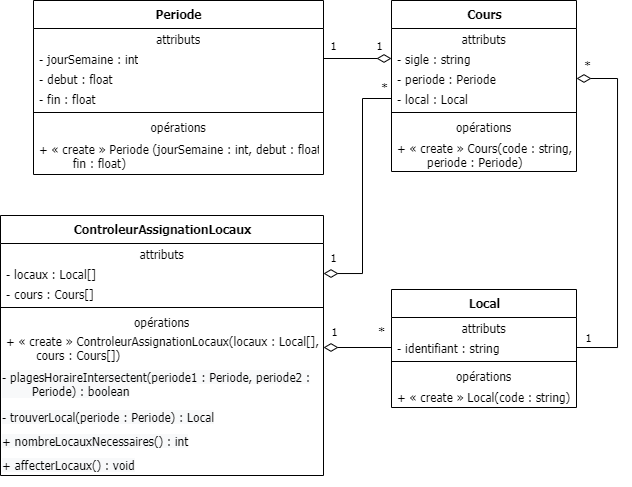
The draw.io diagram abstraction/images/diagrammes-DCC - horaire.png in Cours-Alexandre-Ouellet/cours-alexandre-ouellet.github.io, before a commit. Source tidied: cells renumbered, new cells last; positions are measured from the earlier drawing's top-left corner, leaving out a move shared by most shapes. Source of this version:
```xml
<mxGraphModel>
  <root>
    <mxCell id="0" />
    <mxCell id="1" parent="0" />
    <mxCell id="2" value="&lt;b&gt;Periode&lt;/b&gt;" style="swimlane;fontStyle=0;align=center;verticalAlign=top;horizontal=1;startSize=28;html=1;fontFamily=Tahoma;" parent="1" vertex="1">
      <mxGeometry x="33" width="290" height="174" as="geometry" />
    </mxCell>
    <mxCell id="3" value="attributs" style="text;html=1;strokeColor=none;fillColor=none;align=center;verticalAlign=middle;spacingLeft=4;spacingRight=4;overflow=hidden;fontFamily=Tahoma;" parent="2" vertex="1">
      <mxGeometry y="28" width="290" height="20" as="geometry" />
    </mxCell>
    <mxCell id="4" value="- jourSemaine : int" style="text;html=1;strokeColor=none;fillColor=none;align=left;verticalAlign=middle;spacingLeft=4;spacingRight=4;overflow=hidden;points=[[0,0.5],[1,0.5]];portConstraint=eastwest;fontFamily=Tahoma;" parent="2" vertex="1">
      <mxGeometry y="48" width="290" height="20" as="geometry" />
    </mxCell>
    <mxCell id="5" value="- debut : float" style="text;html=1;strokeColor=none;fillColor=none;align=left;verticalAlign=middle;spacingLeft=4;spacingRight=4;overflow=hidden;fontFamily=Tahoma;" parent="2" vertex="1">
      <mxGeometry y="68" width="290" height="20" as="geometry" />
    </mxCell>
    <mxCell id="6" value="- fin : float" style="text;html=1;strokeColor=none;fillColor=none;align=left;verticalAlign=middle;spacingLeft=4;spacingRight=4;overflow=hidden;fontFamily=Tahoma;" parent="2" vertex="1">
      <mxGeometry y="88" width="290" height="20" as="geometry" />
    </mxCell>
    <mxCell id="7" style="line;strokeWidth=1;fillColor=none;align=left;verticalAlign=middle;spacingTop=-1;spacingLeft=3;spacingRight=3;labelPosition=right;fontFamily=Tahoma;" parent="2" vertex="1">
      <mxGeometry y="108" width="290" height="8" as="geometry" />
    </mxCell>
    <mxCell id="8" value="opérations" style="text;html=1;strokeColor=none;fillColor=none;align=center;verticalAlign=middle;spacingLeft=4;spacingRight=4;overflow=hidden;fontFamily=Tahoma;" parent="2" vertex="1">
      <mxGeometry y="116" width="290" height="20" as="geometry" />
    </mxCell>
    <mxCell id="9" value="+ « create » Periode (jourSemaine : int, debut : float,&lt;br&gt;&lt;span style=&quot;white-space: pre&quot;&gt;&#9;&lt;/span&gt;&amp;nbsp;fin : float)" style="text;html=1;strokeColor=none;fillColor=none;align=left;verticalAlign=middle;spacingLeft=4;spacingRight=4;overflow=hidden;fontFamily=Tahoma;" parent="2" vertex="1">
      <mxGeometry y="136" width="290" height="38" as="geometry" />
    </mxCell>
    <mxCell id="10" value="&lt;b&gt;Local&lt;/b&gt;" style="swimlane;fontStyle=0;align=center;verticalAlign=top;horizontal=1;startSize=28;html=1;fontFamily=Tahoma;" parent="1" vertex="1">
      <mxGeometry x="391" y="289" width="185" height="118" as="geometry" />
    </mxCell>
    <mxCell id="11" value="attributs" style="text;html=1;strokeColor=none;fillColor=none;align=center;verticalAlign=middle;spacingLeft=4;spacingRight=4;overflow=hidden;fontFamily=Tahoma;" parent="10" vertex="1">
      <mxGeometry y="28" width="185" height="20" as="geometry" />
    </mxCell>
    <mxCell id="12" value="- identifiant : string" style="text;html=1;strokeColor=none;fillColor=none;align=left;verticalAlign=middle;spacingLeft=4;spacingRight=4;overflow=hidden;points=[[0,0.5],[1,0.5]];portConstraint=eastwest;fontFamily=Tahoma;" parent="10" vertex="1">
      <mxGeometry y="48" width="185" height="20" as="geometry" />
    </mxCell>
    <mxCell id="13" style="line;strokeWidth=1;fillColor=none;align=left;verticalAlign=middle;spacingTop=-1;spacingLeft=3;spacingRight=3;labelPosition=right;fontFamily=Tahoma;" parent="10" vertex="1">
      <mxGeometry y="68" width="185" height="8" as="geometry" />
    </mxCell>
    <mxCell id="14" value="opérations" style="text;html=1;strokeColor=none;fillColor=none;align=center;verticalAlign=middle;spacingLeft=4;spacingRight=4;overflow=hidden;fontFamily=Tahoma;" parent="10" vertex="1">
      <mxGeometry y="76" width="185" height="20" as="geometry" />
    </mxCell>
    <mxCell id="15" value="+ « create » Local(code : string)" style="text;html=1;strokeColor=none;fillColor=none;align=left;verticalAlign=middle;spacingLeft=4;spacingRight=4;overflow=hidden;fontFamily=Tahoma;" parent="10" vertex="1">
      <mxGeometry y="96" width="185" height="22" as="geometry" />
    </mxCell>
    <mxCell id="16" value="&lt;b&gt;Cours&lt;/b&gt;" style="swimlane;fontStyle=0;align=center;verticalAlign=top;horizontal=1;startSize=28;html=1;fontFamily=Tahoma;" parent="1" vertex="1">
      <mxGeometry x="391" width="185" height="171" as="geometry" />
    </mxCell>
    <mxCell id="17" value="attributs" style="text;html=1;strokeColor=none;fillColor=none;align=center;verticalAlign=middle;spacingLeft=4;spacingRight=4;overflow=hidden;fontFamily=Tahoma;" parent="16" vertex="1">
      <mxGeometry y="28" width="185" height="20" as="geometry" />
    </mxCell>
    <mxCell id="18" value="- sigle : string" style="text;html=1;strokeColor=none;fillColor=none;align=left;verticalAlign=middle;spacingLeft=4;spacingRight=4;overflow=hidden;points=[[0,0.5],[1,0.5]];portConstraint=eastwest;fontFamily=Tahoma;" parent="16" vertex="1">
      <mxGeometry y="48" width="185" height="20" as="geometry" />
    </mxCell>
    <mxCell id="19" value="- periode : Periode" style="text;html=1;strokeColor=none;fillColor=none;align=left;verticalAlign=middle;spacingLeft=4;spacingRight=4;overflow=hidden;points=[[0,0.5],[1,0.5]];portConstraint=eastwest;fontFamily=Tahoma;" parent="16" vertex="1">
      <mxGeometry y="68" width="185" height="20" as="geometry" />
    </mxCell>
    <mxCell id="20" value="- local : Local" style="text;html=1;strokeColor=none;fillColor=none;align=left;verticalAlign=middle;spacingLeft=4;spacingRight=4;overflow=hidden;points=[[0,0.5],[1,0.5]];portConstraint=eastwest;fontFamily=Tahoma;" parent="16" vertex="1">
      <mxGeometry y="88" width="185" height="20" as="geometry" />
    </mxCell>
    <mxCell id="21" style="line;strokeWidth=1;fillColor=none;align=left;verticalAlign=middle;spacingTop=-1;spacingLeft=3;spacingRight=3;labelPosition=right;fontFamily=Tahoma;" parent="16" vertex="1">
      <mxGeometry y="108" width="185" height="8" as="geometry" />
    </mxCell>
    <mxCell id="22" value="opérations" style="text;html=1;strokeColor=none;fillColor=none;align=center;verticalAlign=middle;spacingLeft=4;spacingRight=4;overflow=hidden;fontFamily=Tahoma;" parent="16" vertex="1">
      <mxGeometry y="116" width="185" height="20" as="geometry" />
    </mxCell>
    <mxCell id="23" value="+ « create » Cours(code : string, &lt;br&gt;&lt;span style=&quot;white-space: pre&quot;&gt;&#9;&lt;/span&gt;periode : Periode)" style="text;html=1;strokeColor=none;fillColor=none;align=left;verticalAlign=middle;spacingLeft=4;spacingRight=4;overflow=hidden;fontFamily=Tahoma;" parent="16" vertex="1">
      <mxGeometry y="136" width="185" height="35" as="geometry" />
    </mxCell>
    <mxCell id="24" value="&lt;b&gt;ControleurAssignationLocaux&lt;/b&gt;" style="swimlane;fontStyle=0;align=center;verticalAlign=top;horizontal=1;startSize=28;html=1;fontFamily=Tahoma;" parent="1" vertex="1">
      <mxGeometry y="215" width="323" height="260" as="geometry" />
    </mxCell>
    <mxCell id="25" value="attributs" style="text;html=1;strokeColor=none;fillColor=none;align=center;verticalAlign=middle;spacingLeft=4;spacingRight=4;overflow=hidden;fontFamily=Tahoma;" parent="24" vertex="1">
      <mxGeometry y="28" width="323" height="20" as="geometry" />
    </mxCell>
    <mxCell id="26" value="- locaux : Local[]" style="text;html=1;strokeColor=none;fillColor=none;align=left;verticalAlign=middle;spacingLeft=4;spacingRight=4;overflow=hidden;points=[[0,0.5],[1,0.5]];portConstraint=eastwest;fontFamily=Tahoma;" parent="24" vertex="1">
      <mxGeometry y="48" width="323" height="20" as="geometry" />
    </mxCell>
    <mxCell id="27" value="- cours : Cours[]" style="text;html=1;strokeColor=none;fillColor=none;align=left;verticalAlign=middle;spacingLeft=4;spacingRight=4;overflow=hidden;fontFamily=Tahoma;" parent="24" vertex="1">
      <mxGeometry y="68" width="323" height="20" as="geometry" />
    </mxCell>
    <mxCell id="28" style="line;strokeWidth=1;fillColor=none;align=left;verticalAlign=middle;spacingTop=-1;spacingLeft=3;spacingRight=3;labelPosition=right;fontFamily=Tahoma;" parent="24" vertex="1">
      <mxGeometry y="88" width="323" height="8" as="geometry" />
    </mxCell>
    <mxCell id="29" value="opérations" style="text;html=1;strokeColor=none;fillColor=none;align=center;verticalAlign=middle;spacingLeft=4;spacingRight=4;overflow=hidden;fontFamily=Tahoma;" parent="24" vertex="1">
      <mxGeometry y="96" width="323" height="20" as="geometry" />
    </mxCell>
    <mxCell id="30" value="+ « create »&amp;nbsp;&lt;span style=&quot;text-align: center&quot;&gt;ControleurAssignationLocaux&lt;/span&gt;(locaux : Local[], &lt;br&gt;&lt;span style=&quot;white-space: pre&quot;&gt;&#9;&lt;/span&gt;cours : Cours[])" style="text;html=1;strokeColor=none;fillColor=none;align=left;verticalAlign=middle;spacingLeft=4;spacingRight=4;overflow=hidden;points=[[0,0.5],[1,0.5]];portConstraint=eastwest;fontFamily=Tahoma;" parent="24" vertex="1">
      <mxGeometry y="116" width="323" height="32" as="geometry" />
    </mxCell>
    <mxCell id="31" value="&lt;span style=&quot;color: rgb(0, 0, 0); font-size: 12px; font-style: normal; font-weight: 400; letter-spacing: normal; text-align: left; text-indent: 0px; text-transform: none; word-spacing: 0px; background-color: rgb(248, 249, 250); display: inline; float: none;&quot;&gt;- plagesHoraireIntersectent(periode1 : Periode, periode2 : &lt;span style=&quot;white-space: pre&quot;&gt;&#9;&lt;/span&gt;Periode) : boolean&lt;br&gt;&lt;br&gt;&lt;/span&gt;" style="text;whiteSpace=wrap;html=1;fontFamily=Tahoma;" parent="24" vertex="1">
      <mxGeometry y="148" width="323" height="40" as="geometry" />
    </mxCell>
    <mxCell id="32" value="&lt;span style=&quot;color: rgb(0, 0, 0); font-size: 12px; font-style: normal; font-weight: 400; letter-spacing: normal; text-align: left; text-indent: 0px; text-transform: none; word-spacing: 0px; background-color: rgb(248, 249, 250); display: inline; float: none;&quot;&gt;- trouverLocal(periode : Periode) : Local&lt;br&gt;&lt;br&gt;&lt;/span&gt;" style="text;whiteSpace=wrap;html=1;fontFamily=Tahoma;" parent="24" vertex="1">
      <mxGeometry y="188" width="323" height="24" as="geometry" />
    </mxCell>
    <mxCell id="33" value="&lt;span style=&quot;color: rgb(0, 0, 0); font-size: 12px; font-style: normal; font-weight: 400; letter-spacing: normal; text-align: left; text-indent: 0px; text-transform: none; word-spacing: 0px; background-color: rgb(248, 249, 250); display: inline; float: none;&quot;&gt;+ nombreLocauxNecessaires() : int&lt;br&gt;&lt;br&gt;&lt;/span&gt;" style="text;whiteSpace=wrap;html=1;fontFamily=Tahoma;" parent="24" vertex="1">
      <mxGeometry y="212" width="323" height="24" as="geometry" />
    </mxCell>
    <mxCell id="34" value="&lt;span style=&quot;color: rgb(0, 0, 0); font-size: 12px; font-style: normal; font-weight: 400; letter-spacing: normal; text-align: left; text-indent: 0px; text-transform: none; word-spacing: 0px; background-color: rgb(248, 249, 250); display: inline; float: none;&quot;&gt;+ affecterLocaux() : void&lt;br&gt;&lt;br&gt;&lt;/span&gt;" style="text;whiteSpace=wrap;html=1;fontFamily=Tahoma;" parent="24" vertex="1">
      <mxGeometry y="236" width="323" height="24" as="geometry" />
    </mxCell>
    <mxCell id="35" style="edgeStyle=orthogonalEdgeStyle;rounded=0;jettySize=auto;html=1;exitX=0;exitY=0.5;exitDx=0;exitDy=0;entryX=1;entryY=0.5;entryDx=0;entryDy=0;endArrow=diamondThin;endFill=0;endSize=12;fontFamily=Tahoma;" parent="1" edge="1" source="12" target="30">
      <mxGeometry relative="1" as="geometry" />
    </mxCell>
    <mxCell id="36" value="1" style="edgeLabel;html=1;align=center;verticalAlign=middle;fontFamily=Tahoma;" parent="35" vertex="1">
      <mxGeometry x="0.26" y="-1" relative="1" as="geometry">
        <mxPoint x="-15" y="-15" as="offset" />
      </mxGeometry>
    </mxCell>
    <mxCell id="37" value="1" style="edgeStyle=orthogonalEdgeStyle;rounded=0;jettySize=auto;html=1;exitX=1;exitY=0.5;exitDx=0;exitDy=0;entryX=0;entryY=0.5;entryDx=0;entryDy=0;endArrow=diamondThin;endFill=0;endSize=12;fontFamily=Tahoma;" parent="1" edge="1" source="4" target="18">
      <mxGeometry x="0.65" y="13" relative="1" as="geometry" />
    </mxCell>
    <mxCell id="38" value="1" style="edgeLabel;html=1;align=center;verticalAlign=middle;fontFamily=Tahoma;" parent="37" vertex="1">
      <mxGeometry x="-0.38" relative="1" as="geometry">
        <mxPoint x="-12" y="-13" as="offset" />
      </mxGeometry>
    </mxCell>
    <mxCell id="39" style="edgeStyle=orthogonalEdgeStyle;rounded=0;jettySize=auto;html=1;exitX=0;exitY=0.5;exitDx=0;exitDy=0;endArrow=diamondThin;endFill=0;endSize=12;fontFamily=Tahoma;" parent="1" edge="1" source="20" target="26">
      <mxGeometry relative="1" as="geometry" />
    </mxCell>
    <mxCell id="40" value="1" style="edgeLabel;html=1;align=center;verticalAlign=middle;fontFamily=Tahoma;" parent="39" vertex="1">
      <mxGeometry x="0.52" relative="1" as="geometry">
        <mxPoint x="-29" y="3" as="offset" />
      </mxGeometry>
    </mxCell>
    <mxCell id="41" value="*" style="edgeLabel;html=1;align=center;verticalAlign=middle;fontFamily=Tahoma;" parent="39" vertex="1">
      <mxGeometry x="-0.93" relative="1" as="geometry">
        <mxPoint x="2" y="-11" as="offset" />
      </mxGeometry>
    </mxCell>
    <mxCell id="42" value="*" style="edgeStyle=orthogonalEdgeStyle;rounded=0;jettySize=auto;html=1;exitX=1;exitY=0.5;exitDx=0;exitDy=0;entryX=1;entryY=0.5;entryDx=0;entryDy=0;endArrow=diamondThin;endFill=0;endSize=12;fontFamily=Tahoma;" parent="1" edge="1" source="12" target="19">
      <mxGeometry x="0.94" y="-13" relative="1" as="geometry">
        <Array as="points">
          <mxPoint x="617" y="347" />
          <mxPoint x="617" y="78" />
        </Array>
      </mxGeometry>
    </mxCell>
    <mxCell id="43" value="1" style="edgeLabel;html=1;align=center;verticalAlign=middle;fontFamily=Tahoma;" parent="42" vertex="1">
      <mxGeometry x="-0.82" y="2" relative="1" as="geometry">
        <mxPoint x="-21" y="-8" as="offset" />
      </mxGeometry>
    </mxCell>
    <mxCell id="44" value="*" style="text;html=1;align=center;verticalAlign=middle;strokeColor=none;fillColor=none;fontFamily=Tahoma;" parent="1" vertex="1">
      <mxGeometry x="373" y="322" width="17" height="18" as="geometry" />
    </mxCell>
  </root>
</mxGraphModel>
```
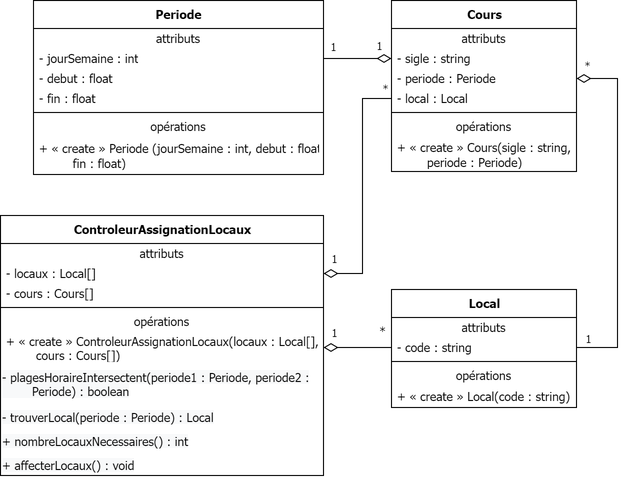
After the change.

Change to the diagram source:
```diff
@@ -32,7 +32,7 @@
     <mxCell id="11" value="attributs" style="text;html=1;strokeColor=none;fillColor=none;align=center;verticalAlign=middle;spacingLeft=4;spacingRight=4;overflow=hidden;fontFamily=Tahoma;" parent="10" vertex="1">
       <mxGeometry y="28" width="185" height="20" as="geometry" />
     </mxCell>
-    <mxCell id="12" value="- identifiant : string" style="text;html=1;strokeColor=none;fillColor=none;align=left;verticalAlign=middle;spacingLeft=4;spacingRight=4;overflow=hidden;points=[[0,0.5],[1,0.5]];portConstraint=eastwest;fontFamily=Tahoma;" parent="10" vertex="1">
+    <mxCell id="12" value="- code : string" style="text;html=1;strokeColor=none;fillColor=none;align=left;verticalAlign=middle;spacingLeft=4;spacingRight=4;overflow=hidden;points=[[0,0.5],[1,0.5]];portConstraint=eastwest;fontFamily=Tahoma;" parent="10" vertex="1">
       <mxGeometry y="48" width="185" height="20" as="geometry" />
     </mxCell>
     <mxCell id="13" style="line;strokeWidth=1;fillColor=none;align=left;verticalAlign=middle;spacingTop=-1;spacingLeft=3;spacingRight=3;labelPosition=right;fontFamily=Tahoma;" parent="10" vertex="1">
@@ -65,7 +65,7 @@
     <mxCell id="22" value="opérations" style="text;html=1;strokeColor=none;fillColor=none;align=center;verticalAlign=middle;spacingLeft=4;spacingRight=4;overflow=hidden;fontFamily=Tahoma;" parent="16" vertex="1">
       <mxGeometry y="116" width="185" height="20" as="geometry" />
     </mxCell>
-    <mxCell id="23" value="+ « create » Cours(code : string, &lt;br&gt;&lt;span style=&quot;white-space: pre&quot;&gt;&#9;&lt;/span&gt;periode : Periode)" style="text;html=1;strokeColor=none;fillColor=none;align=left;verticalAlign=middle;spacingLeft=4;spacingRight=4;overflow=hidden;fontFamily=Tahoma;" parent="16" vertex="1">
+    <mxCell id="23" value="+ « create » Cours(sigle : string, &lt;br&gt;&lt;span style=&quot;white-space: pre&quot;&gt;&#9;&lt;/span&gt;periode : Periode)" style="text;html=1;strokeColor=none;fillColor=none;align=left;verticalAlign=middle;spacingLeft=4;spacingRight=4;overflow=hidden;fontFamily=Tahoma;" parent="16" vertex="1">
       <mxGeometry y="136" width="185" height="35" as="geometry" />
     </mxCell>
     <mxCell id="24" value="&lt;b&gt;ControleurAssignationLocaux&lt;/b&gt;" style="swimlane;fontStyle=0;align=center;verticalAlign=top;horizontal=1;startSize=28;html=1;fontFamily=Tahoma;" parent="1" vertex="1">
```
